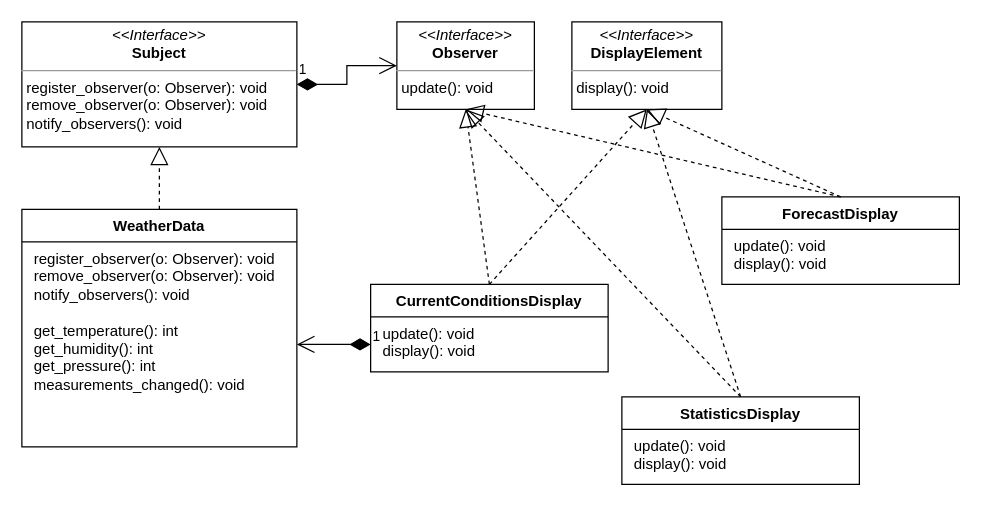
Above: Meteostation.drawio in Yakser/drawio-diagrams (draw.io), before the change. Source tidied: cells renumbered, new cells numbered last; positions are measured from the earlier drawing's top-left corner, leaving out a move shared by most shapes. Both pictures are drawn from the tidied source at 125%, with x=0, y=0 at pixel (21, 21).
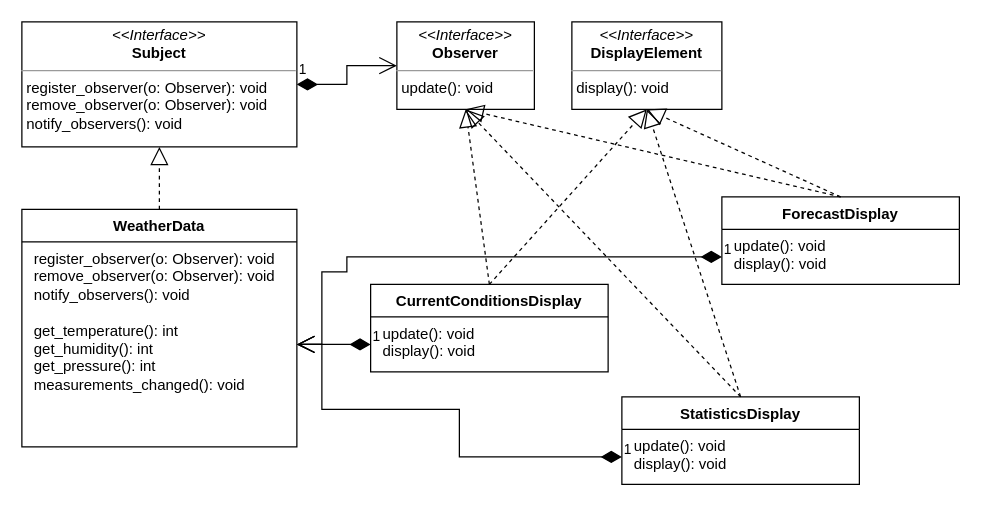
After the change.

Commit message:
Добавил две связи для дисплеев

Unchanged cells that the change refers to:
```xml
<mxCell id="6" value="&lt;p style=&quot;border-color: var(--border-color); margin: 0px 0px 0px 4px;&quot;&gt;register_observer(o: Observer): void&lt;br style=&quot;border-color: var(--border-color);&quot;&gt;remove_observer(o: Observer): void&lt;br style=&quot;border-color: var(--border-color);&quot;&gt;&lt;/p&gt;&lt;p style=&quot;border-color: var(--border-color); margin: 0px 0px 0px 4px;&quot;&gt;notify_observers(): void&lt;/p&gt;&lt;p style=&quot;border-color: var(--border-color); margin: 0px 0px 0px 4px;&quot;&gt;&lt;br&gt;&lt;/p&gt;&lt;p style=&quot;border-color: var(--border-color); margin: 0px 0px 0px 4px;&quot;&gt;get_temperature(): int&lt;/p&gt;&lt;p style=&quot;border-color: var(--border-color); margin: 0px 0px 0px 4px;&quot;&gt;get_humidity(): int&lt;/p&gt;&lt;p style=&quot;border-color: var(--border-color); margin: 0px 0px 0px 4px;&quot;&gt;get_pressure(): int&lt;/p&gt;&lt;p style=&quot;border-color: var(--border-color); margin: 0px 0px 0px 4px;&quot;&gt;measurements_changed(): void&lt;/p&gt;" style="text;strokeColor=none;fillColor=none;align=left;verticalAlign=top;spacingLeft=4;spacingRight=4;overflow=hidden;points=[[0,0.5],[1,0.5]];portConstraint=eastwest;whiteSpace=wrap;html=1;" parent="5" vertex="1">
  <mxGeometry y="26" width="220" height="164" as="geometry" />
</mxCell>
<mxCell id="15" value="&lt;p style=&quot;border-color: var(--border-color); margin: 0px 0px 0px 4px;&quot;&gt;update(): void&lt;/p&gt;&lt;p style=&quot;border-color: var(--border-color); margin: 0px 0px 0px 4px;&quot;&gt;display(): void&lt;/p&gt;" style="text;strokeColor=none;fillColor=none;align=left;verticalAlign=top;spacingLeft=4;spacingRight=4;overflow=hidden;points=[[0,0.5],[1,0.5]];portConstraint=eastwest;whiteSpace=wrap;html=1;" parent="14" vertex="1">
  <mxGeometry y="26" width="190" height="44" as="geometry" />
</mxCell>
<mxCell id="17" value="&lt;p style=&quot;border-color: var(--border-color); margin: 0px 0px 0px 4px;&quot;&gt;update(): void&lt;/p&gt;&lt;p style=&quot;border-color: var(--border-color); margin: 0px 0px 0px 4px;&quot;&gt;display(): void&lt;/p&gt;" style="text;strokeColor=none;fillColor=none;align=left;verticalAlign=top;spacingLeft=4;spacingRight=4;overflow=hidden;points=[[0,0.5],[1,0.5]];portConstraint=eastwest;whiteSpace=wrap;html=1;" parent="16" vertex="1">
  <mxGeometry y="26" width="190" height="44" as="geometry" />
</mxCell>
```

Change to the diagram source:
```diff
@@
+    <mxCell id="22" value="1" style="endArrow=open;html=1;endSize=12;startArrow=diamondThin;startSize=14;startFill=1;edgeStyle=orthogonalEdgeStyle;align=left;verticalAlign=bottom;rounded=0;entryX=1;entryY=0.5;entryDx=0;entryDy=0;exitX=0;exitY=0.5;exitDx=0;exitDy=0;" parent="1" edge="1" source="15" target="6">
+      <mxGeometry x="-1" y="3" relative="1" as="geometry">
+        <Array as="points">
+          <mxPoint x="350" y="348" />
+          <mxPoint x="350" y="310" />
+          <mxPoint x="240" y="310" />
+          <mxPoint x="240" y="258" />
+        </Array>
+      </mxGeometry>
+    </mxCell>
+    <mxCell id="23" value="1" style="endArrow=open;html=1;endSize=12;startArrow=diamondThin;startSize=14;startFill=1;edgeStyle=orthogonalEdgeStyle;align=left;verticalAlign=bottom;rounded=0;exitX=0;exitY=0.5;exitDx=0;exitDy=0;entryX=1;entryY=0.5;entryDx=0;entryDy=0;" parent="1" edge="1" source="17" target="6">
+      <mxGeometry x="-1" y="3" relative="1" as="geometry">
+        <Array as="points">
+          <mxPoint x="260" y="188" />
+          <mxPoint x="260" y="200" />
+          <mxPoint x="240" y="200" />
+          <mxPoint x="240" y="258" />
+        </Array>
+      </mxGeometry>
+    </mxCell>
```
